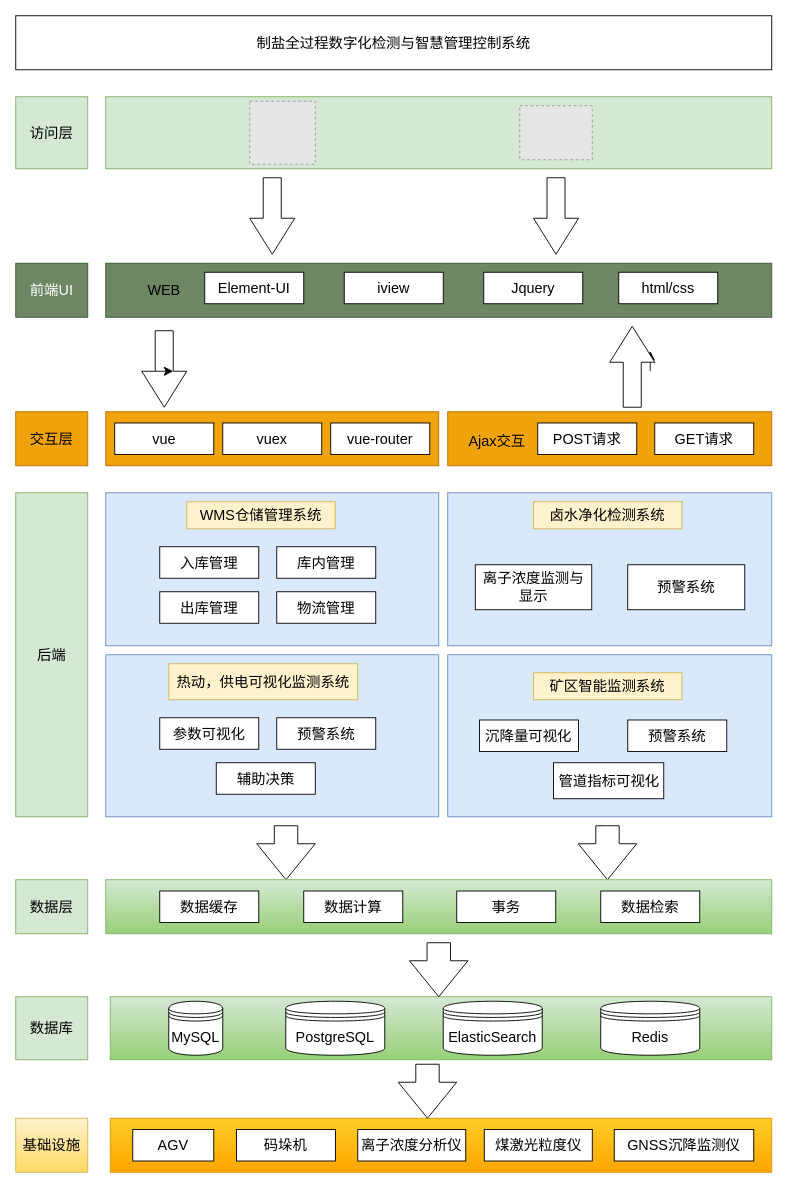
Earlier version of the draw.io diagram page "第 5 页" (5 of 5) of 未命名绘图.drawio (Drum-sys/samples). Source tidied: cells renumbered, new cells numbered last; positions are measured from the earlier drawing's top-left corner, leaving out a move shared by most shapes. Both pictures are drawn from the tidied source at 90%, with x=0, y=0 at pixel (15, 15). Pictures stored in the file or linked from it are replaced by grey dashed boxes.
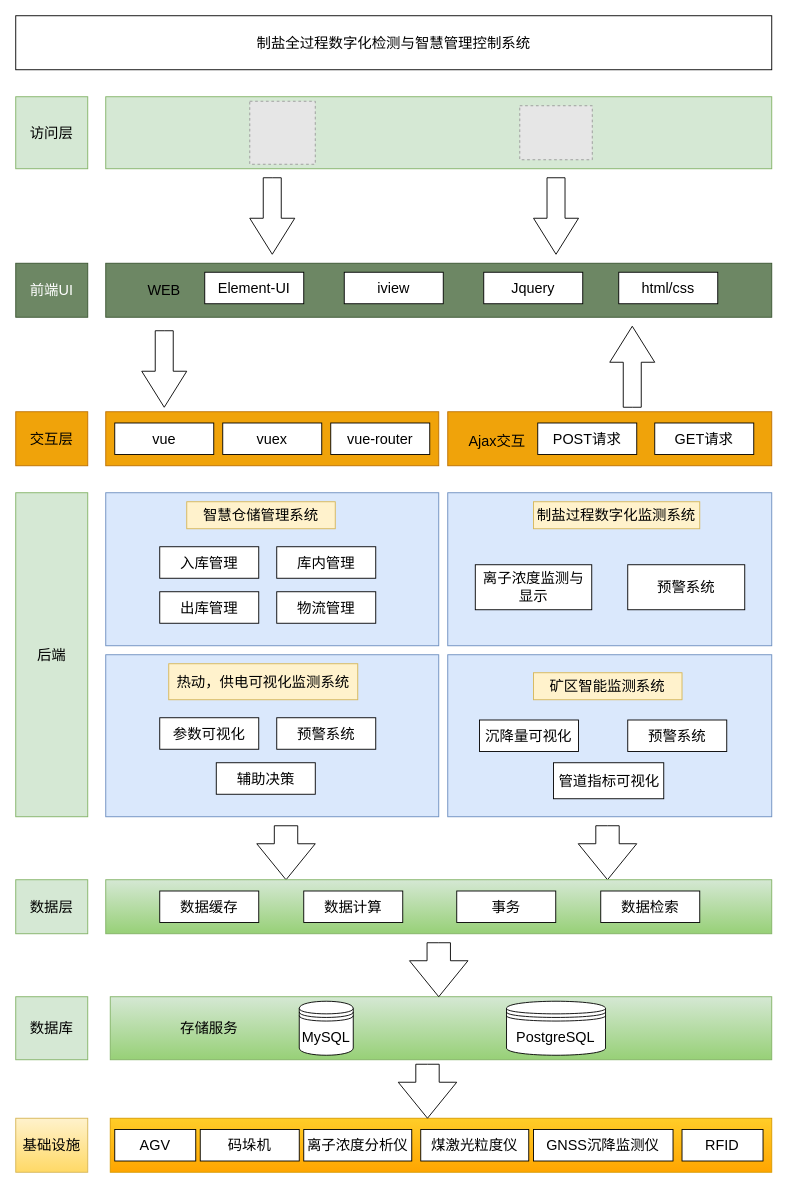
After the change.

Commit message:
更新未命名绘图.drawio

Unchanged cells that the change refers to:
```xml
<mxCell id="17" style="html=1;shadow=0;dashed=0;align=center;verticalAlign=middle;shape=mxgraph.arrows2.arrow;dy=0.6;dx=40;direction=south;notch=0;fontSize=16;" parent="1" vertex="1">
  <mxGeometry x="140" y="350" width="50" height="85" as="geometry" />
</mxCell>
```

Change to the diagram source:
```diff
@@
-    <mxCell id="26" style="edgeStyle=none;curved=1;rounded=0;orthogonalLoop=1;jettySize=auto;html=1;exitX=0;exitY=0;exitDx=45;exitDy=35;exitPerimeter=0;entryX=0;entryY=0;entryDx=45;entryDy=15;entryPerimeter=0;fontSize=12;startSize=8;endSize=8;" parent="1" edge="1" source="17" target="17">
-      <mxGeometry relative="1" as="geometry" />
-    </mxCell>
-    <mxCell id="27" style="edgeStyle=none;curved=1;rounded=0;orthogonalLoop=1;jettySize=auto;html=1;exitX=0;exitY=0;exitDx=45;exitDy=15;exitPerimeter=0;entryX=0;entryY=0;entryDx=22.5;entryDy=15;entryPerimeter=0;fontSize=12;startSize=8;endSize=8;" parent="1" edge="1">
-      <mxGeometry relative="1" as="geometry">
-        <mxPoint x="705" y="395" as="sourcePoint" />
-        <mxPoint x="705" y="372.5" as="targetPoint" />
-      </mxGeometry>
-    </mxCell>
@@
-    <mxCell id="30" value="WMS仓储管理系统" style="rounded=0;whiteSpace=wrap;html=1;fontSize=16;fillColor=#fff2cc;strokeColor=#d6b656;" parent="1" vertex="1">
+    <mxCell id="30" value="智慧仓储管理系统" style="rounded=0;whiteSpace=wrap;html=1;fontSize=16;fillColor=#fff2cc;strokeColor=#d6b656;" parent="1" vertex="1">
       <mxGeometry x="190" y="540" width="165" height="30" as="geometry" />
     </mxCell>
@@
-    <mxCell id="36" value="卤水净化检测系统" style="rounded=0;whiteSpace=wrap;html=1;fontSize=16;fillColor=#fff2cc;strokeColor=#d6b656;" parent="1" vertex="1">
-      <mxGeometry x="575.3" y="540" width="165" height="30" as="geometry" />
+    <mxCell id="36" value="制盐过程数字化监测系统" style="rounded=0;whiteSpace=wrap;html=1;fontSize=16;fillColor=#fff2cc;strokeColor=#d6b656;" parent="1" vertex="1">
+      <mxGeometry x="575.3" y="540" width="184.7" height="30" as="geometry" />
     </mxCell>
@@
     <mxCell id="47" value="MySQL" style="shape=datastore;whiteSpace=wrap;html=1;fontSize=16;" parent="1" vertex="1">
-      <mxGeometry x="170" y="1095" width="60" height="60" as="geometry" />
+      <mxGeometry x="315" y="1095" width="60" height="60" as="geometry" />
     </mxCell>
     <mxCell id="48" value="PostgreSQL" style="shape=datastore;whiteSpace=wrap;html=1;fontSize=16;" parent="1" vertex="1">
-      <mxGeometry x="300" y="1095" width="110" height="60" as="geometry" />
+      <mxGeometry x="545.3" y="1095" width="110" height="60" as="geometry" />
     </mxCell>
@@
-    <mxCell id="56" value="ElasticSearch" style="shape=datastore;whiteSpace=wrap;html=1;fontSize=16;" parent="1" vertex="1">
-      <mxGeometry x="475" y="1095" width="110" height="60" as="geometry" />
-    </mxCell>
-    <mxCell id="57" value="Redis" style="shape=datastore;whiteSpace=wrap;html=1;fontSize=16;" parent="1" vertex="1">
-      <mxGeometry x="650" y="1095" width="110" height="60" as="geometry" />
-    </mxCell>
@@
     <mxCell id="62" value="AGV" style="rounded=0;whiteSpace=wrap;html=1;fontSize=16;" parent="1" vertex="1">
-      <mxGeometry x="130" y="1237.5" width="90" height="35" as="geometry" />
+      <mxGeometry x="110" y="1237.5" width="90" height="35" as="geometry" />
     </mxCell>
     <mxCell id="63" value="码垛机" style="rounded=0;whiteSpace=wrap;html=1;fontSize=16;" parent="1" vertex="1">
-      <mxGeometry x="245.3" y="1237.5" width="110" height="35" as="geometry" />
+      <mxGeometry x="205" y="1237.5" width="110" height="35" as="geometry" />
     </mxCell>
     <mxCell id="64" value="离子浓度分析仪" style="rounded=0;whiteSpace=wrap;html=1;fontSize=16;" parent="1" vertex="1">
-      <mxGeometry x="380" y="1237.5" width="120" height="35" as="geometry" />
+      <mxGeometry x="320" y="1237.5" width="120" height="35" as="geometry" />
     </mxCell>
     <mxCell id="65" value="煤激光粒度仪" style="rounded=0;whiteSpace=wrap;html=1;fontSize=16;" parent="1" vertex="1">
-      <mxGeometry x="520.6" y="1237.5" width="120" height="35" as="geometry" />
+      <mxGeometry x="450" y="1237.5" width="120" height="35" as="geometry" />
     </mxCell>
     <mxCell id="66" value="GNSS沉降监测仪" style="rounded=0;whiteSpace=wrap;html=1;fontSize=16;" parent="1" vertex="1">
-      <mxGeometry x="665" y="1237.5" width="155" height="35" as="geometry" />
+      <mxGeometry x="575.3" y="1237.5" width="155" height="35" as="geometry" />
     </mxCell>
@@
+    <mxCell id="74" value="存储服务" style="rounded=0;whiteSpace=wrap;html=1;fontSize=16;fillColor=none;strokeColor=none;" parent="1" vertex="1">
+      <mxGeometry x="160" y="1107.5" width="110" height="35" as="geometry" />
+    </mxCell>
+    <mxCell id="75" value="RFID" style="rounded=0;whiteSpace=wrap;html=1;fontSize=16;" parent="1" vertex="1">
+      <mxGeometry x="740.3" y="1237.5" width="90" height="35" as="geometry" />
+    </mxCell>
```
